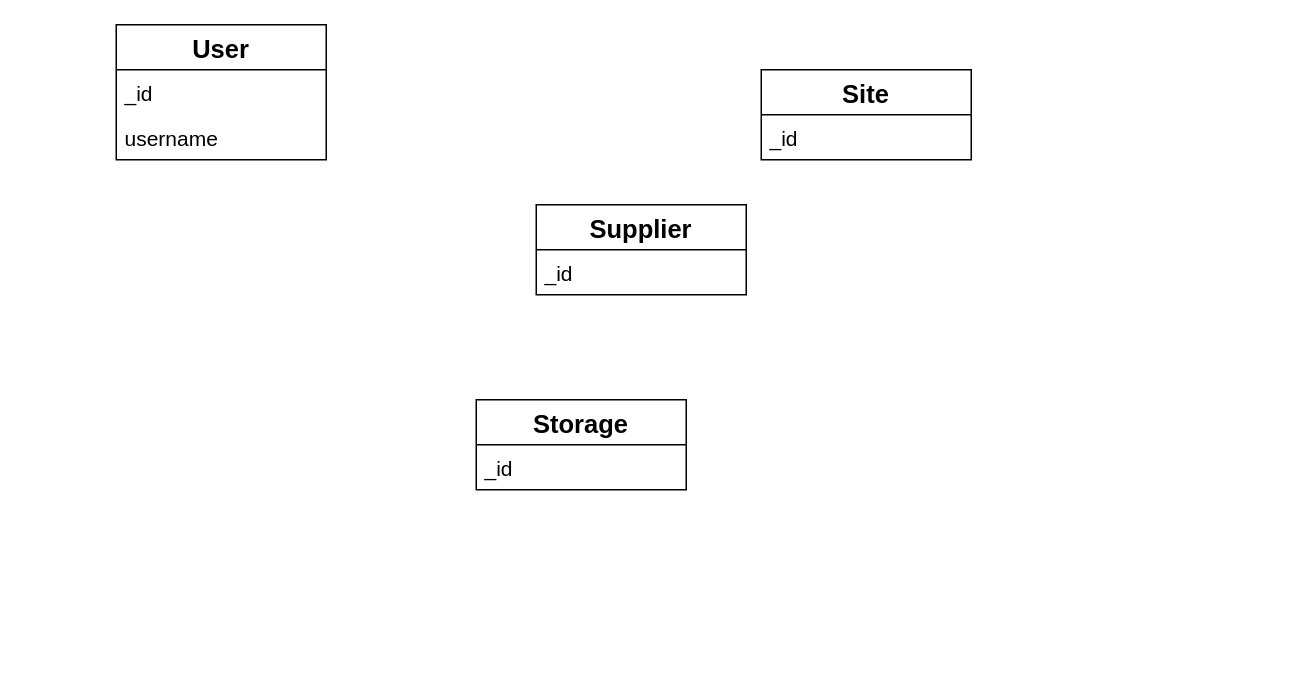
The draw.io diagram mcd.drawio in Olphaaa/cc-tweaked, before the edit. Source tidied: cells renumbered, new cells numbered last; positions are measured from the earlier drawing's top-left corner, leaving out a move shared by most shapes. Both pictures are drawn from the tidied source at 150%, with x=0, y=0 at pixel (116, 24).
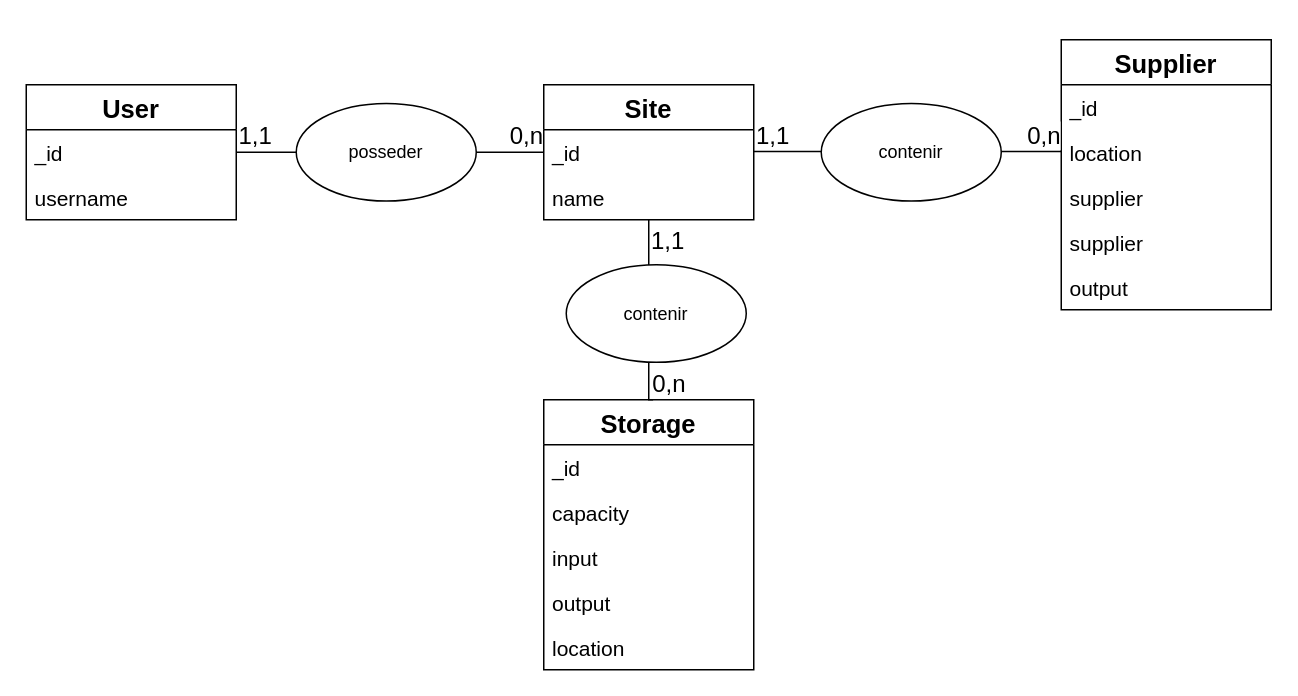
The same diagram, later.

Change to the diagram source:
```diff
@@
     <mxCell id="2" value="User" style="swimlane;fontStyle=1;horizontal=1;startSize=30;fontSize=17;" parent="1" vertex="1">
-      <mxGeometry width="140" height="90" as="geometry" />
+      <mxGeometry x="-60" y="40" width="140" height="90" as="geometry" />
     </mxCell>
-    <mxCell id="3" value="_id" style="text;strokeColor=none;fillColor=none;align=left;verticalAlign=middle;spacingLeft=4;spacingRight=4;overflow=hidden;fontSize=14;" parent="2" vertex="1">
-      <mxGeometry y="30" width="140" height="30" as="geometry" />
-    </mxCell>
+    <mxCell id="11" value="_id" style="text;strokeColor=none;fillColor=none;align=left;verticalAlign=middle;spacingLeft=4;spacingRight=4;overflow=hidden;points=[[0,0.5],[1,0.5]];portConstraint=eastwest;fontSize=14;" parent="2" vertex="1">
+      <mxGeometry y="30" width="140" height="30" as="geometry" />
+    </mxCell>
@@
     <mxCell id="5" value="Site" style="swimlane;fontStyle=1;horizontal=1;startSize=30;fontSize=17;" parent="1" vertex="1">
-      <mxGeometry x="430" y="30" width="140" height="60" as="geometry" />
+      <mxGeometry x="285" y="40" width="140" height="90" as="geometry" />
     </mxCell>
-    <mxCell id="6" value="_id" style="text;strokeColor=none;fillColor=none;align=left;verticalAlign=middle;spacingLeft=4;spacingRight=4;overflow=hidden;fontSize=14;" parent="5" vertex="1">
-      <mxGeometry y="30" width="140" height="30" as="geometry" />
-    </mxCell>
+    <mxCell id="12" value="_id" style="text;strokeColor=none;fillColor=none;align=left;verticalAlign=middle;spacingLeft=4;spacingRight=4;overflow=hidden;points=[[0,0.5],[1,0.5]];portConstraint=eastwest;fontSize=14;" parent="5" vertex="1">
+      <mxGeometry y="30" width="140" height="30" as="geometry" />
+    </mxCell>
+    <mxCell id="13" value="name" style="text;strokeColor=none;fillColor=none;align=left;verticalAlign=middle;spacingLeft=4;spacingRight=4;overflow=hidden;points=[[0,0.5],[1,0.5]];portConstraint=eastwest;fontSize=14;" parent="5" vertex="1">
+      <mxGeometry y="60" width="140" height="30" as="geometry" />
+    </mxCell>
     <mxCell id="7" value="Supplier" style="swimlane;fontStyle=1;horizontal=1;startSize=30;fontSize=17;" parent="1" vertex="1">
-      <mxGeometry x="280" y="120" width="140" height="60" as="geometry" />
+      <mxGeometry x="630" y="10" width="140" height="180" as="geometry" />
     </mxCell>
-    <mxCell id="8" value="_id" style="text;strokeColor=none;fillColor=none;align=left;verticalAlign=middle;spacingLeft=4;spacingRight=4;overflow=hidden;fontSize=14;" parent="7" vertex="1">
-      <mxGeometry y="30" width="140" height="30" as="geometry" />
-    </mxCell>
+    <mxCell id="14" value="_id" style="text;strokeColor=none;fillColor=none;align=left;verticalAlign=middle;spacingLeft=4;spacingRight=4;overflow=hidden;fontSize=14;" parent="7" vertex="1">
+      <mxGeometry y="30" width="140" height="30" as="geometry" />
+    </mxCell>
+    <mxCell id="15" value="location   " style="text;strokeColor=none;fillColor=none;align=left;verticalAlign=middle;spacingLeft=4;spacingRight=4;overflow=hidden;fontSize=14;" parent="7" vertex="1">
+      <mxGeometry y="60" width="140" height="30" as="geometry" />
+    </mxCell>
+    <mxCell id="16" value="supplier" style="text;strokeColor=none;fillColor=none;align=left;verticalAlign=middle;spacingLeft=4;spacingRight=4;overflow=hidden;fontSize=14;" parent="7" vertex="1">
+      <mxGeometry y="90" width="140" height="30" as="geometry" />
+    </mxCell>
+    <mxCell id="17" value="supplier" style="text;strokeColor=none;fillColor=none;align=left;verticalAlign=middle;spacingLeft=4;spacingRight=4;overflow=hidden;fontSize=14;" parent="7" vertex="1">
+      <mxGeometry y="120" width="140" height="30" as="geometry" />
+    </mxCell>
+    <mxCell id="18" value="output" style="text;strokeColor=none;fillColor=none;align=left;verticalAlign=middle;spacingLeft=4;spacingRight=4;overflow=hidden;fontSize=14;" parent="7" vertex="1">
+      <mxGeometry y="150" width="140" height="30" as="geometry" />
+    </mxCell>
     <mxCell id="9" value="Storage" style="swimlane;fontStyle=1;horizontal=1;startSize=30;fontSize=17;" parent="1" vertex="1">
-      <mxGeometry x="240" y="250" width="140" height="60" as="geometry" />
+      <mxGeometry x="285" y="250" width="140" height="180" as="geometry" />
     </mxCell>
-    <mxCell id="10" value="_id" style="text;strokeColor=none;fillColor=none;align=left;verticalAlign=middle;spacingLeft=4;spacingRight=4;overflow=hidden;fontSize=14;" parent="9" vertex="1">
-      <mxGeometry y="30" width="140" height="30" as="geometry" />
-    </mxCell>
+    <mxCell id="19" value="_id" style="text;strokeColor=none;fillColor=none;align=left;verticalAlign=middle;spacingLeft=4;spacingRight=4;overflow=hidden;fontSize=14;" parent="9" vertex="1">
+      <mxGeometry y="30" width="140" height="30" as="geometry" />
+    </mxCell>
+    <mxCell id="20" value="capacity" style="text;strokeColor=none;fillColor=none;align=left;verticalAlign=middle;spacingLeft=4;spacingRight=4;overflow=hidden;fontSize=14;" parent="9" vertex="1">
+      <mxGeometry y="60" width="140" height="30" as="geometry" />
+    </mxCell>
+    <mxCell id="21" value="input" style="text;strokeColor=none;fillColor=none;align=left;verticalAlign=middle;spacingLeft=4;spacingRight=4;overflow=hidden;fontSize=14;" parent="9" vertex="1">
+      <mxGeometry y="90" width="140" height="30" as="geometry" />
+    </mxCell>
+    <mxCell id="22" value="output" style="text;strokeColor=none;fillColor=none;align=left;verticalAlign=middle;spacingLeft=4;spacingRight=4;overflow=hidden;fontSize=14;" parent="9" vertex="1">
+      <mxGeometry y="120" width="140" height="30" as="geometry" />
+    </mxCell>
+    <mxCell id="23" value="location" style="text;strokeColor=none;fillColor=none;align=left;verticalAlign=middle;spacingLeft=4;spacingRight=4;overflow=hidden;fontSize=14;" parent="9" vertex="1">
+      <mxGeometry y="150" width="140" height="30" as="geometry" />
+    </mxCell>
+    <mxCell id="24" style="endArrow=none;html=1;edgeStyle=orthogonalEdgeStyle;rounded=0;exitX=1;exitY=0.5;exitDx=0;exitDy=0;entryX=0;entryY=0.5;entryDx=0;entryDy=0;" parent="1" edge="1" source="11" target="12">
+      <mxGeometry relative="1" as="geometry" />
+    </mxCell>
+    <mxCell id="25" value="1,1" style="edgeLabel;html=1;align=left;verticalAlign=bottom;fontSize=16;" parent="24" vertex="1">
+      <mxGeometry x="-1" relative="1" as="geometry" />
+    </mxCell>
+    <mxCell id="26" value="0,n" style="edgeLabel;html=1;align=right;verticalAlign=bottom;fontSize=16;" parent="24" vertex="1">
+      <mxGeometry x="1" relative="1" as="geometry" />
+    </mxCell>
+    <mxCell id="27" value="posseder" style="ellipse;whiteSpace=wrap;html=1;" parent="1" vertex="1">
+      <mxGeometry x="120" y="52.5" width="120" height="65" as="geometry" />
+    </mxCell>
+    <mxCell id="28" style="endArrow=none;html=1;edgeStyle=orthogonalEdgeStyle;rounded=0;exitX=1;exitY=0.5;exitDx=0;exitDy=0;entryX=0;entryY=0.5;entryDx=0;entryDy=0;" parent="1" edge="1">
+      <mxGeometry relative="1" as="geometry">
+        <mxPoint x="425" y="84.5" as="sourcePoint" />
+        <mxPoint x="630" y="84.5" as="targetPoint" />
+      </mxGeometry>
+    </mxCell>
+    <mxCell id="29" value="1,1" style="edgeLabel;html=1;align=left;verticalAlign=bottom;fontSize=16;" parent="28" vertex="1">
+      <mxGeometry x="-1" relative="1" as="geometry" />
+    </mxCell>
+    <mxCell id="30" value="0,n" style="edgeLabel;html=1;align=right;verticalAlign=bottom;fontSize=16;" parent="28" vertex="1">
+      <mxGeometry x="1" relative="1" as="geometry" />
+    </mxCell>
+    <mxCell id="31" value="contenir" style="ellipse;whiteSpace=wrap;html=1;" parent="1" vertex="1">
+      <mxGeometry x="470" y="52.5" width="120" height="65" as="geometry" />
+    </mxCell>
+    <mxCell id="32" style="endArrow=none;html=1;edgeStyle=orthogonalEdgeStyle;rounded=0;entryX=0.5;entryY=0;entryDx=0;entryDy=0;" parent="1" edge="1" source="13">
+      <mxGeometry relative="1" as="geometry">
+        <mxPoint x="357.9" y="250" as="targetPoint" />
+        <Array as="points">
+          <mxPoint x="355" y="250" />
+        </Array>
+      </mxGeometry>
+    </mxCell>
+    <mxCell id="33" value="1,1" style="edgeLabel;html=1;align=left;verticalAlign=bottom;fontSize=16;" parent="32" vertex="1">
+      <mxGeometry x="-1" relative="1" as="geometry">
+        <mxPoint y="25" as="offset" />
+      </mxGeometry>
+    </mxCell>
+    <mxCell id="34" value="0,n" style="edgeLabel;html=1;align=right;verticalAlign=bottom;fontSize=16;" parent="32" vertex="1">
+      <mxGeometry x="1" relative="1" as="geometry">
+        <mxPoint x="22" as="offset" />
+      </mxGeometry>
+    </mxCell>
+    <mxCell id="35" value="contenir" style="ellipse;whiteSpace=wrap;html=1;" parent="1" vertex="1">
+      <mxGeometry x="300" y="160" width="120" height="65" as="geometry" />
+    </mxCell>
```
